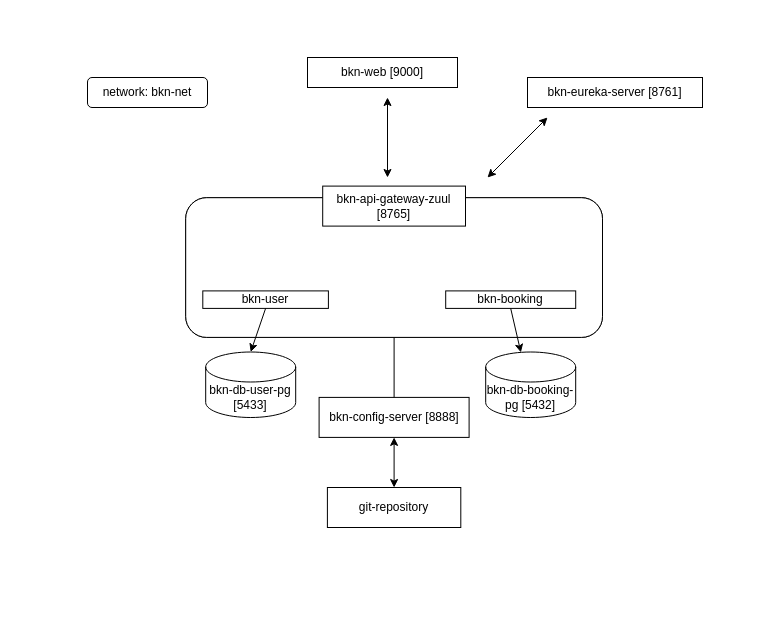
The draw.io diagram booking-ms-architecture.drawio in fernandooliveira19/bookings-architecture-diagram, before the edit. Source tidied: cells renumbered, new cells numbered last; positions are measured from the earlier drawing's top-left corner, leaving out a move shared by most shapes. Both pictures are drawn from the tidied source at 100%, with x=0, y=0 at pixel (17, 57).
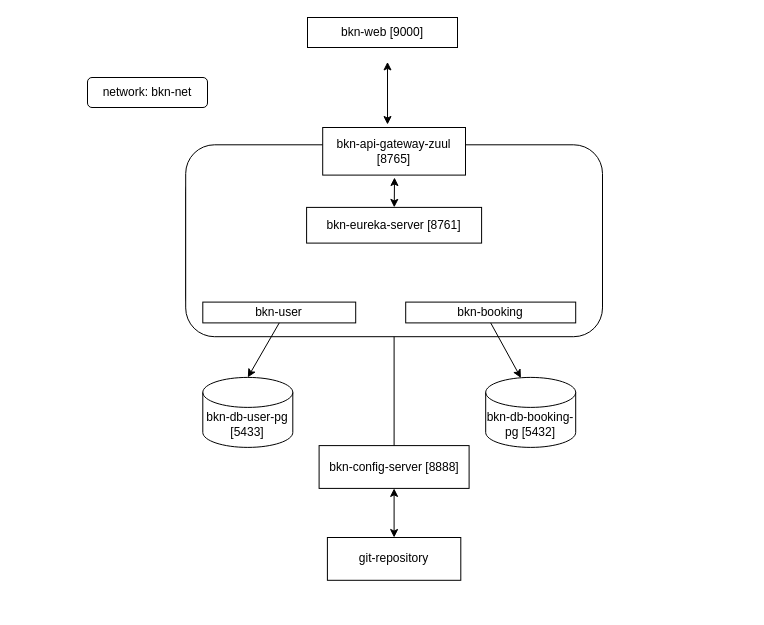
The same diagram, later.

What changed in the source:
```diff
@@
-    <mxCell id="2" value="bkn-eureka-server [8761]" style="rounded=0;whiteSpace=wrap;html=1;" parent="1" vertex="1">
-      <mxGeometry x="510" y="20" width="175" height="30" as="geometry" />
-    </mxCell>
     <mxCell id="3" style="group;" parent="1" vertex="1">
-      <mxGeometry y="120" width="730" height="430" as="geometry" />
+      <mxGeometry y="90" width="730" height="460" as="geometry" />
     </mxCell>
     <mxCell id="4" style="group;" parent="3" vertex="1">
-      <mxGeometry x="145" y="-50" width="440" height="328.6" as="geometry" />
+      <mxGeometry x="145" y="-53.5" width="440" height="351.6" as="geometry" />
     </mxCell>
     <mxCell id="5" style="group;" parent="4" vertex="1">
-      <mxGeometry x="23.2" y="58.6" width="416.8" height="251.3" as="geometry" />
+      <mxGeometry x="23.2" y="62.7" width="416.8" height="268.9" as="geometry" />
     </mxCell>
     <mxCell id="6" style="rounded=1;whiteSpace=wrap;html=1;" parent="5" vertex="1">
-      <mxGeometry y="11.6" width="416.8" height="139.7" as="geometry" />
+      <mxGeometry y="12.5" width="416.8" height="149.4" as="geometry" />
     </mxCell>
     <mxCell id="7" style="group;" parent="5" vertex="1">
-      <mxGeometry width="416.8" height="251.3" as="geometry" />
+      <mxGeometry width="416.8" height="268.9" as="geometry" />
     </mxCell>
     <mxCell id="8" style="group;" parent="7" vertex="1">
-      <mxGeometry width="416.8" height="151.3" as="geometry" />
+      <mxGeometry width="416.8" height="180" as="geometry" />
     </mxCell>
     <mxCell id="9" style="rounded=1;whiteSpace=wrap;html=1;" parent="8" vertex="1">
-      <mxGeometry y="11.6" width="416.8" height="139.7" as="geometry" />
+      <mxGeometry y="-11.9" width="416.8" height="191.9" as="geometry" />
     </mxCell>
-    <mxCell id="10" value="bkn-api-gateway-zuul [8765]" style="rounded=0;whiteSpace=wrap;html=1;" parent="8" vertex="1">
-      <mxGeometry x="137" width="142.8" height="40" as="geometry" />
-    </mxCell>
     <mxCell id="11" value="bkn-user" style="rounded=0;whiteSpace=wrap;html=1;" parent="8" vertex="1">
-      <mxGeometry x="17.1" y="104.8" width="125.6" height="17.5" as="geometry" />
+      <mxGeometry x="17.1" y="145.4" width="152.9" height="20.8" as="geometry" />
     </mxCell>
     <mxCell id="12" value="bkn-booking" style="rounded=0;whiteSpace=wrap;html=1;" parent="8" vertex="1">
-      <mxGeometry x="260" y="104.8" width="130" height="17.5" as="geometry" />
+      <mxGeometry x="220" y="145.4" width="170" height="20.8" as="geometry" />
     </mxCell>
+    <mxCell id="2" value="bkn-eureka-server [8761]" style="rounded=0;whiteSpace=wrap;html=1;" parent="8" vertex="1">
+      <mxGeometry x="120.9" y="50.7" width="175" height="35.7" as="geometry" />
+    </mxCell>
     <mxCell id="13" value="bkn-db-booking-pg [5432]" style="shape=cylinder3;whiteSpace=wrap;html=1;boundedLbl=1;backgroundOutline=1;size=15;" parent="7" vertex="1">
-      <mxGeometry x="300" y="165.9" width="90" height="65.5" as="geometry" />
+      <mxGeometry x="300" y="220.7" width="90" height="70" as="geometry" />
     </mxCell>
@@
     <mxCell id="15" value="bkn-db-user-pg [5433]" style="shape=cylinder3;whiteSpace=wrap;html=1;boundedLbl=1;backgroundOutline=1;size=15;" parent="7" vertex="1">
-      <mxGeometry x="20" y="165.9" width="90" height="65.5" as="geometry" />
+      <mxGeometry x="17.1" y="220.7" width="90" height="70" as="geometry" />
     </mxCell>
@@
+    <mxCell id="19" style="endArrow=classic;startArrow=classic;html=1;rounded=0;exitX=0.454;exitY=-0.063;exitDx=0;exitDy=0;exitPerimeter=0;" parent="4" edge="1" source="10">
+      <mxGeometry relative="1" as="geometry">
+        <mxPoint x="225" y="-32.1" as="targetPoint" />
+      </mxGeometry>
+    </mxCell>
+    <mxCell id="10" value="bkn-api-gateway-zuul [8765]" style="rounded=0;whiteSpace=wrap;html=1;" parent="4" vertex="1">
+      <mxGeometry x="160.2" y="33.5" width="142.8" height="47.6" as="geometry" />
+    </mxCell>
+    <mxCell id="21" value="git-repository" style="rounded=0;whiteSpace=wrap;html=1;" parent="3" vertex="1">
+      <mxGeometry x="309.9" y="390" width="133.4" height="42.8" as="geometry" />
+    </mxCell>
+    <mxCell id="22" style="endArrow=classic;startArrow=classic;html=1;entryX=0.5;entryY=1;entryDx=0;entryDy=0;exitX=0.5;exitY=0;exitDx=0;exitDy=0;" parent="3" edge="1" source="21" target="17">
+      <mxGeometry relative="1" as="geometry" />
+    </mxCell>
-    <mxCell id="17" value="bkn-config-server [8888]" style="rounded=0;whiteSpace=wrap;html=1;" parent="7" vertex="1">
-      <mxGeometry x="133.4" y="211.3" width="150" height="40" as="geometry" />
+    <mxCell id="17" value="bkn-config-server [8888]" style="rounded=0;whiteSpace=wrap;html=1;" parent="3" vertex="1">
+      <mxGeometry x="301.6" y="298.1" width="150" height="42.8" as="geometry" />
     </mxCell>
-    <mxCell id="18" style="endArrow=none;html=1;entryX=0.5;entryY=1;entryDx=0;entryDy=0;" parent="7" edge="1" source="17" target="9">
+    <mxCell id="18" style="endArrow=none;html=1;entryX=0.5;entryY=1;entryDx=0;entryDy=0;" parent="3" edge="1" source="17" target="9">
       <mxGeometry relative="1" as="geometry" />
     </mxCell>
-    <mxCell id="19" style="endArrow=classic;startArrow=classic;html=1;rounded=0;" parent="4" edge="1">
-      <mxGeometry relative="1" as="geometry">
-        <mxPoint x="225" y="50" as="sourcePoint" />
-        <mxPoint x="225" y="-30" as="targetPoint" />
-      </mxGeometry>
-    </mxCell>
-    <mxCell id="20" style="endArrow=classic;startArrow=classic;html=1;rounded=0;" parent="4" edge="1">
-      <mxGeometry relative="1" as="geometry">
-        <mxPoint x="325" y="50" as="sourcePoint" />
-        <mxPoint x="385" y="-10" as="targetPoint" />
-      </mxGeometry>
-    </mxCell>
-    <mxCell id="21" value="git-repository" style="rounded=0;whiteSpace=wrap;html=1;" parent="3" vertex="1">
-      <mxGeometry x="309.9" y="310" width="133.4" height="40" as="geometry" />
-    </mxCell>
-    <mxCell id="22" style="endArrow=classic;startArrow=classic;html=1;entryX=0.5;entryY=1;entryDx=0;entryDy=0;exitX=0.5;exitY=0;exitDx=0;exitDy=0;" parent="3" edge="1" source="21" target="17">
-      <mxGeometry relative="1" as="geometry" />
-    </mxCell>
@@
     <mxCell id="24" value="bkn-web [9000]" style="rounded=0;whiteSpace=wrap;html=1;" parent="1" vertex="1">
-      <mxGeometry x="290" width="150" height="30" as="geometry" />
+      <mxGeometry x="290" y="-40" width="150" height="30" as="geometry" />
     </mxCell>
+    <mxCell id="25" style="endArrow=classic;startArrow=classic;html=1;rounded=0;" parent="1" edge="1" source="2">
+      <mxGeometry relative="1" as="geometry">
+        <mxPoint x="377" y="120" as="targetPoint" />
+      </mxGeometry>
+    </mxCell>
```
